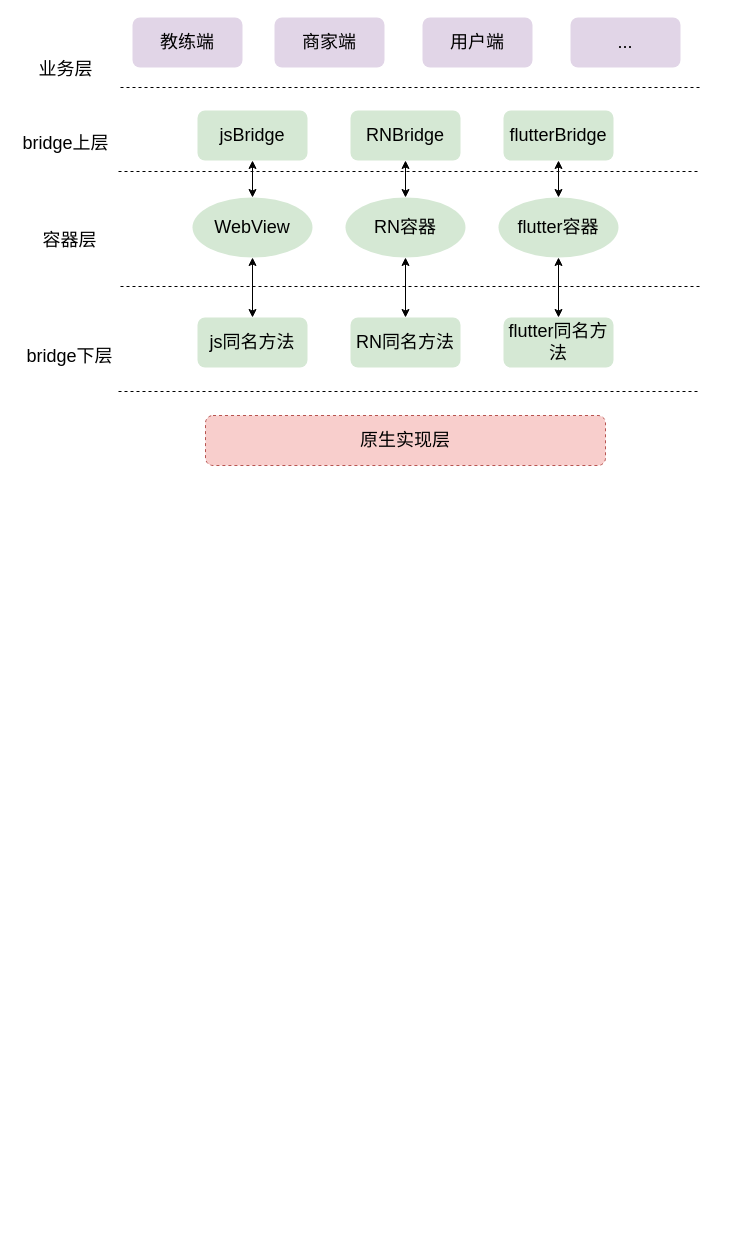
This is .drawio-chrome/通用bridge.drawio from yyht800/SiGuoYa, a draw.io file, before an edit. Source tidied: cells renumbered, new cells numbered last; positions are measured from the earlier drawing's top-left corner, leaving out a move shared by most shapes. Both pictures are drawn from the tidied source at 100%, with x=0, y=0 at pixel (17, 17).
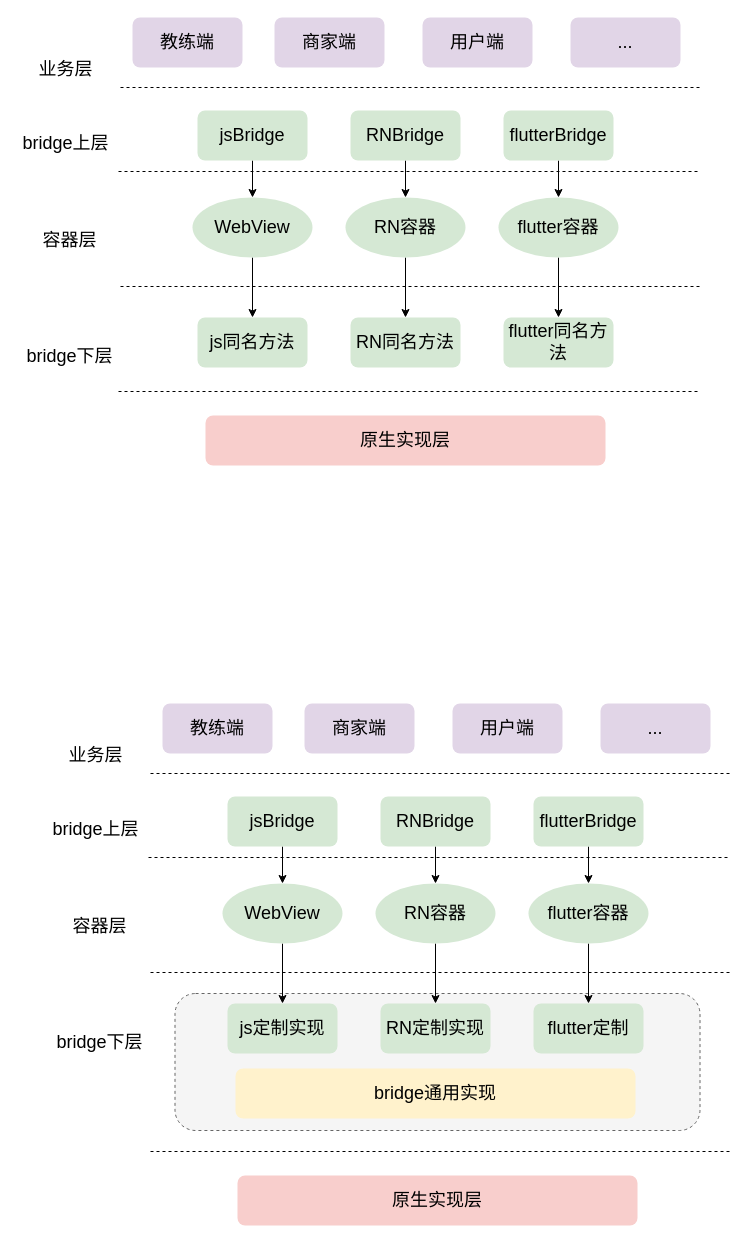
The same diagram, later.

Unchanged cells that the change refers to:
```xml
<mxCell id="11" value="jsBridge" style="rounded=1;whiteSpace=wrap;html=1;dashed=1;fontSize=18;strokeWidth=1;strokeColor=none;fillColor=#d5e8d4;" parent="1" vertex="1">
  <mxGeometry x="180" y="93" width="110" height="50" as="geometry" />
</mxCell>
<mxCell id="13" value="RNBridge" style="rounded=1;whiteSpace=wrap;html=1;dashed=1;fontSize=18;strokeWidth=1;strokeColor=none;fillColor=#d5e8d4;" parent="1" vertex="1">
  <mxGeometry x="333" y="93" width="110" height="50" as="geometry" />
</mxCell>
<mxCell id="15" value="flutterBridge" style="rounded=1;whiteSpace=wrap;html=1;dashed=1;fontSize=18;strokeWidth=1;strokeColor=none;fillColor=#d5e8d4;" parent="1" vertex="1">
  <mxGeometry x="486" y="93" width="110" height="50" as="geometry" />
</mxCell>
<mxCell id="17" value="WebView" style="ellipse;whiteSpace=wrap;html=1;fontSize=18;fillColor=#d5e8d4;strokeColor=none;rounded=1;dashed=1;strokeWidth=1;" parent="1" vertex="1">
  <mxGeometry x="175" y="180" width="120" height="60" as="geometry" />
</mxCell>
<mxCell id="19" value="RN容器" style="ellipse;whiteSpace=wrap;html=1;fontSize=18;fillColor=#d5e8d4;strokeColor=none;rounded=1;dashed=1;strokeWidth=1;" parent="1" vertex="1">
  <mxGeometry x="328" y="180" width="120" height="60" as="geometry" />
</mxCell>
<mxCell id="21" value="flutter容器" style="ellipse;whiteSpace=wrap;html=1;fontSize=18;fillColor=#d5e8d4;strokeColor=none;rounded=1;dashed=1;strokeWidth=1;" parent="1" vertex="1">
  <mxGeometry x="481" y="180" width="120" height="60" as="geometry" />
</mxCell>
<mxCell id="26" value="js同名方法" style="rounded=1;whiteSpace=wrap;html=1;dashed=1;fontSize=18;strokeWidth=1;strokeColor=none;fillColor=#d5e8d4;" parent="1" vertex="1">
  <mxGeometry x="180" y="300" width="110" height="50" as="geometry" />
</mxCell>
<mxCell id="27" value="RN同名方法" style="rounded=1;whiteSpace=wrap;html=1;dashed=1;fontSize=18;strokeWidth=1;strokeColor=none;fillColor=#d5e8d4;" parent="1" vertex="1">
  <mxGeometry x="333" y="300" width="110" height="50" as="geometry" />
</mxCell>
<mxCell id="28" value="flutter同名方法" style="rounded=1;whiteSpace=wrap;html=1;dashed=1;fontSize=18;strokeWidth=1;strokeColor=none;fillColor=#d5e8d4;" parent="1" vertex="1">
  <mxGeometry x="486" y="300" width="110" height="50" as="geometry" />
</mxCell>
```

Diff of the diagram source:
```diff
@@
+    <mxCell id="30" style="rounded=1;whiteSpace=wrap;html=1;dashed=1;fontSize=18;strokeWidth=1;fillColor=#f5f5f5;strokeColor=#666666;fontColor=#333333;" parent="1" vertex="1">
+      <mxGeometry x="157.5" y="976" width="525" height="137" as="geometry" />
+    </mxCell>
@@
-    <mxCell id="10" style="edgeStyle=orthogonalEdgeStyle;rounded=0;jettySize=auto;html=1;fontSize=18;startArrow=classic;startFill=1;" parent="1" edge="1" source="11" target="17">
+    <mxCell id="10" style="edgeStyle=orthogonalEdgeStyle;rounded=0;jettySize=auto;html=1;fontSize=18;startArrow=none;startFill=0;" parent="1" edge="1" source="11" target="17">
       <mxGeometry relative="1" as="geometry" />
     </mxCell>
@@
-    <mxCell id="12" style="edgeStyle=orthogonalEdgeStyle;rounded=0;jettySize=auto;html=1;fontSize=18;startArrow=classic;startFill=1;" parent="1" edge="1" source="13" target="19">
+    <mxCell id="12" style="edgeStyle=orthogonalEdgeStyle;rounded=0;jettySize=auto;html=1;fontSize=18;startArrow=none;startFill=0;" parent="1" edge="1" source="13" target="19">
       <mxGeometry relative="1" as="geometry" />
     </mxCell>
@@
-    <mxCell id="14" style="edgeStyle=orthogonalEdgeStyle;rounded=0;jettySize=auto;html=1;fontSize=18;startArrow=classic;startFill=1;" parent="1" edge="1" source="15" target="21">
+    <mxCell id="14" style="edgeStyle=orthogonalEdgeStyle;rounded=0;jettySize=auto;html=1;fontSize=18;startArrow=none;startFill=0;" parent="1" edge="1" source="15" target="21">
       <mxGeometry relative="1" as="geometry" />
     </mxCell>
@@
-    <mxCell id="16" style="edgeStyle=orthogonalEdgeStyle;rounded=0;jettySize=auto;html=1;fontSize=18;startArrow=classic;startFill=1;" parent="1" edge="1" source="17" target="26">
+    <mxCell id="16" style="edgeStyle=orthogonalEdgeStyle;rounded=0;jettySize=auto;html=1;fontSize=18;startArrow=none;startFill=0;" parent="1" edge="1" source="17" target="26">
       <mxGeometry relative="1" as="geometry" />
     </mxCell>
@@
-    <mxCell id="18" style="edgeStyle=orthogonalEdgeStyle;rounded=0;jettySize=auto;html=1;fontSize=18;startArrow=classic;startFill=1;" parent="1" edge="1" source="19" target="27">
+    <mxCell id="18" style="edgeStyle=orthogonalEdgeStyle;rounded=0;jettySize=auto;html=1;fontSize=18;startArrow=none;startFill=0;" parent="1" edge="1" source="19" target="27">
       <mxGeometry relative="1" as="geometry" />
     </mxCell>
@@
-    <mxCell id="20" style="edgeStyle=orthogonalEdgeStyle;rounded=0;jettySize=auto;html=1;fontSize=18;startArrow=classic;startFill=1;" parent="1" edge="1" source="21" target="28">
+    <mxCell id="20" style="edgeStyle=orthogonalEdgeStyle;rounded=0;jettySize=auto;html=1;fontSize=18;startArrow=none;startFill=0;" parent="1" edge="1" source="21" target="28">
       <mxGeometry relative="1" as="geometry" />
     </mxCell>
@@
-    <mxCell id="29" value="原生实现层" style="rounded=1;whiteSpace=wrap;html=1;dashed=1;fontSize=18;strokeWidth=1;strokeColor=#b85450;fillColor=#f8cecc;" parent="1" vertex="1">
+    <mxCell id="29" value="原生实现层" style="rounded=1;whiteSpace=wrap;html=1;dashed=1;fontSize=18;strokeWidth=1;strokeColor=none;fillColor=#f8cecc;" parent="1" vertex="1">
       <mxGeometry x="188" y="398" width="400" height="50" as="geometry" />
     </mxCell>
+    <mxCell id="31" style="line;strokeWidth=1;html=1;dashed=1;" parent="1" vertex="1">
+      <mxGeometry x="133" y="751" width="580" height="10" as="geometry" />
+    </mxCell>
+    <mxCell id="32" value="业务层" style="text;html=1;align=center;verticalAlign=middle;strokeColor=none;fillColor=none;fontSize=18;" parent="1" vertex="1">
+      <mxGeometry x="43" y="723" width="70" height="30" as="geometry" />
+    </mxCell>
+    <mxCell id="33" value="教练端" style="rounded=1;whiteSpace=wrap;html=1;dashed=1;fontSize=18;strokeWidth=1;strokeColor=none;fillColor=#e1d5e7;" parent="1" vertex="1">
+      <mxGeometry x="145" y="686" width="110" height="50" as="geometry" />
+    </mxCell>
+    <mxCell id="34" value="商家端" style="rounded=1;whiteSpace=wrap;html=1;dashed=1;fontSize=18;strokeWidth=1;strokeColor=none;fillColor=#e1d5e7;" parent="1" vertex="1">
+      <mxGeometry x="287" y="686" width="110" height="50" as="geometry" />
+    </mxCell>
+    <mxCell id="35" value="用户端" style="rounded=1;whiteSpace=wrap;html=1;dashed=1;fontSize=18;strokeWidth=1;strokeColor=none;fillColor=#e1d5e7;" parent="1" vertex="1">
+      <mxGeometry x="435" y="686" width="110" height="50" as="geometry" />
+    </mxCell>
+    <mxCell id="36" value="..." style="rounded=1;whiteSpace=wrap;html=1;dashed=1;fontSize=18;strokeWidth=1;strokeColor=none;fillColor=#e1d5e7;" parent="1" vertex="1">
+      <mxGeometry x="583" y="686" width="110" height="50" as="geometry" />
+    </mxCell>
+    <mxCell id="37" value="bridge上层" style="text;html=1;align=center;verticalAlign=middle;strokeColor=none;fillColor=none;fontSize=18;" parent="1" vertex="1">
+      <mxGeometry x="30" y="799" width="96" height="26" as="geometry" />
+    </mxCell>
+    <mxCell id="38" style="line;strokeWidth=1;html=1;dashed=1;" parent="1" vertex="1">
+      <mxGeometry x="131" y="835" width="580" height="10" as="geometry" />
+    </mxCell>
+    <mxCell id="39" style="edgeStyle=orthogonalEdgeStyle;rounded=0;jettySize=auto;html=1;fontSize=18;startArrow=none;startFill=0;" parent="1" edge="1" source="40" target="46">
+      <mxGeometry relative="1" as="geometry" />
+    </mxCell>
+    <mxCell id="40" value="jsBridge" style="rounded=1;whiteSpace=wrap;html=1;dashed=1;fontSize=18;strokeWidth=1;strokeColor=none;fillColor=#d5e8d4;" parent="1" vertex="1">
+      <mxGeometry x="210" y="779" width="110" height="50" as="geometry" />
+    </mxCell>
+    <mxCell id="41" style="edgeStyle=orthogonalEdgeStyle;rounded=0;jettySize=auto;html=1;fontSize=18;startArrow=none;startFill=0;" parent="1" edge="1" source="42" target="48">
+      <mxGeometry relative="1" as="geometry" />
+    </mxCell>
+    <mxCell id="42" value="RNBridge" style="rounded=1;whiteSpace=wrap;html=1;dashed=1;fontSize=18;strokeWidth=1;strokeColor=none;fillColor=#d5e8d4;" parent="1" vertex="1">
+      <mxGeometry x="363" y="779" width="110" height="50" as="geometry" />
+    </mxCell>
+    <mxCell id="43" style="edgeStyle=orthogonalEdgeStyle;rounded=0;jettySize=auto;html=1;fontSize=18;startArrow=none;startFill=0;" parent="1" edge="1" source="44" target="50">
+      <mxGeometry relative="1" as="geometry" />
+    </mxCell>
+    <mxCell id="44" value="flutterBridge" style="rounded=1;whiteSpace=wrap;html=1;dashed=1;fontSize=18;strokeWidth=1;strokeColor=none;fillColor=#d5e8d4;" parent="1" vertex="1">
+      <mxGeometry x="516" y="779" width="110" height="50" as="geometry" />
+    </mxCell>
+    <mxCell id="45" style="edgeStyle=orthogonalEdgeStyle;rounded=0;jettySize=auto;html=1;fontSize=18;startArrow=none;startFill=0;" parent="1" edge="1" source="46" target="55">
+      <mxGeometry relative="1" as="geometry" />
+    </mxCell>
+    <mxCell id="46" value="WebView" style="ellipse;whiteSpace=wrap;html=1;fontSize=18;fillColor=#d5e8d4;strokeColor=none;rounded=1;dashed=1;strokeWidth=1;" parent="1" vertex="1">
+      <mxGeometry x="205" y="866" width="120" height="60" as="geometry" />
+    </mxCell>
+    <mxCell id="47" style="edgeStyle=orthogonalEdgeStyle;rounded=0;jettySize=auto;html=1;fontSize=18;startArrow=none;startFill=0;" parent="1" edge="1" source="48" target="56">
+      <mxGeometry relative="1" as="geometry" />
+    </mxCell>
+    <mxCell id="48" value="RN容器" style="ellipse;whiteSpace=wrap;html=1;fontSize=18;fillColor=#d5e8d4;strokeColor=none;rounded=1;dashed=1;strokeWidth=1;" parent="1" vertex="1">
+      <mxGeometry x="358" y="866" width="120" height="60" as="geometry" />
+    </mxCell>
+    <mxCell id="49" style="edgeStyle=orthogonalEdgeStyle;rounded=0;jettySize=auto;html=1;fontSize=18;startArrow=none;startFill=0;" parent="1" edge="1" source="50" target="57">
+      <mxGeometry relative="1" as="geometry" />
+    </mxCell>
+    <mxCell id="50" value="flutter容器" style="ellipse;whiteSpace=wrap;html=1;fontSize=18;fillColor=#d5e8d4;strokeColor=none;rounded=1;dashed=1;strokeWidth=1;" parent="1" vertex="1">
+      <mxGeometry x="511" y="866" width="120" height="60" as="geometry" />
+    </mxCell>
+    <mxCell id="51" style="line;strokeWidth=1;html=1;dashed=1;" parent="1" vertex="1">
+      <mxGeometry x="133" y="950" width="580" height="10" as="geometry" />
+    </mxCell>
+    <mxCell id="52" value="容器层" style="text;html=1;align=center;verticalAlign=middle;strokeColor=none;fillColor=none;fontSize=18;" parent="1" vertex="1">
+      <mxGeometry x="50" y="896" width="64" height="26" as="geometry" />
+    </mxCell>
+    <mxCell id="53" value="bridge下层" style="text;html=1;align=center;verticalAlign=middle;strokeColor=none;fillColor=none;fontSize=18;" parent="1" vertex="1">
+      <mxGeometry x="34" y="1012" width="96" height="26" as="geometry" />
+    </mxCell>
+    <mxCell id="54" style="line;strokeWidth=1;html=1;dashed=1;" parent="1" vertex="1">
+      <mxGeometry x="133" y="1129" width="580" height="10" as="geometry" />
+    </mxCell>
+    <mxCell id="55" value="js定制实现" style="rounded=1;whiteSpace=wrap;html=1;dashed=1;fontSize=18;strokeWidth=1;strokeColor=none;fillColor=#d5e8d4;" parent="1" vertex="1">
+      <mxGeometry x="210" y="986" width="110" height="50" as="geometry" />
+    </mxCell>
+    <mxCell id="56" value="RN定制实现" style="rounded=1;whiteSpace=wrap;html=1;dashed=1;fontSize=18;strokeWidth=1;strokeColor=none;fillColor=#d5e8d4;" parent="1" vertex="1">
+      <mxGeometry x="363" y="986" width="110" height="50" as="geometry" />
+    </mxCell>
+    <mxCell id="57" value="flutter定制" style="rounded=1;whiteSpace=wrap;html=1;dashed=1;fontSize=18;strokeWidth=1;strokeColor=none;fillColor=#d5e8d4;" parent="1" vertex="1">
+      <mxGeometry x="516" y="986" width="110" height="50" as="geometry" />
+    </mxCell>
+    <mxCell id="58" value="原生实现层" style="rounded=1;whiteSpace=wrap;html=1;dashed=1;fontSize=18;strokeWidth=1;strokeColor=none;fillColor=#f8cecc;" parent="1" vertex="1">
+      <mxGeometry x="220" y="1158" width="400" height="50" as="geometry" />
+    </mxCell>
+    <mxCell id="59" value="bridge通用实现" style="rounded=1;whiteSpace=wrap;html=1;dashed=1;fontSize=18;strokeWidth=1;strokeColor=none;fillColor=#fff2cc;" parent="1" vertex="1">
+      <mxGeometry x="218" y="1051" width="400" height="50" as="geometry" />
+    </mxCell>
+    <mxCell id="60" style="rounded=0;whiteSpace=wrap;html=1;fontSize=18;strokeWidth=1;fillColor=#E1D5E7;opacity=0;" parent="1" vertex="1">
+      <mxGeometry x="167" y="978" width="120" height="60" as="geometry" />
+    </mxCell>
```
